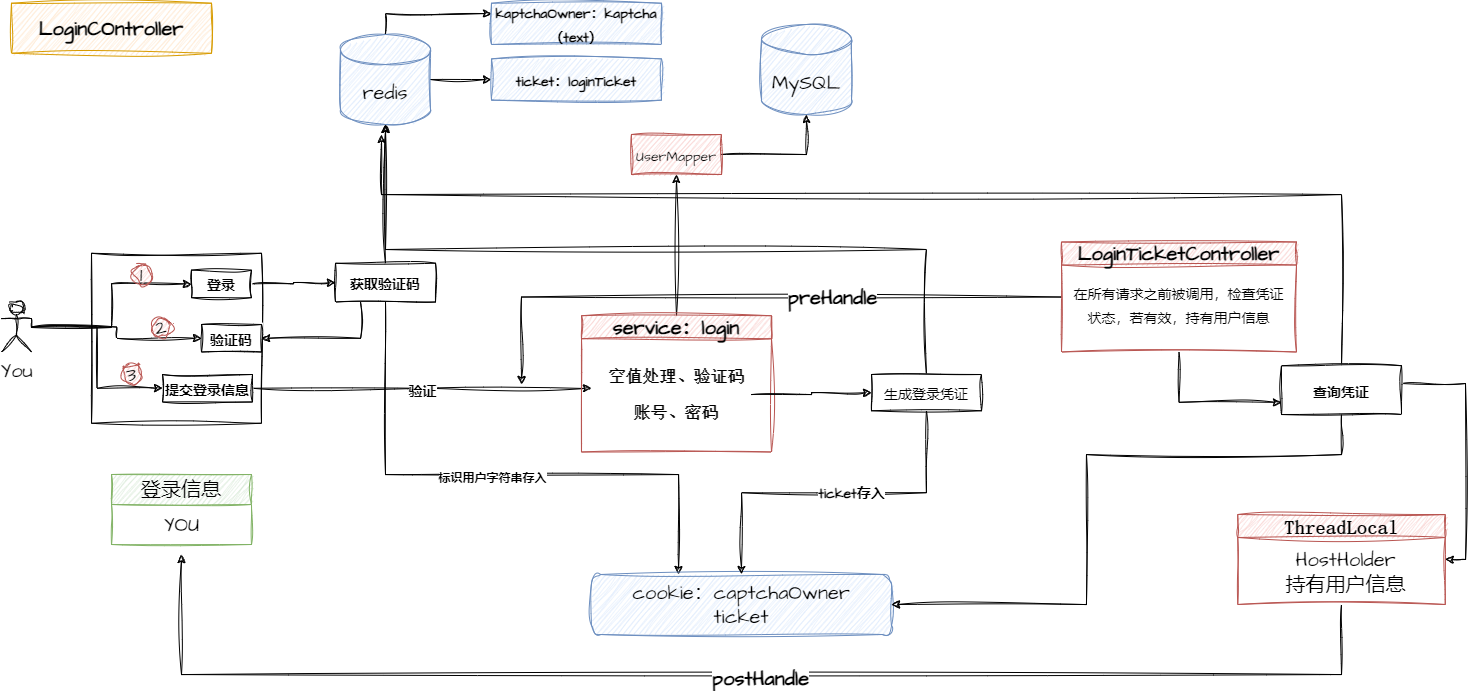
Above: campusExperience/登录登出功能.drawio.png in HealUP/Drawing (draw.io), before the change. Source tidied: cells renumbered, new cells last; positions are measured from the earlier drawing's top-left corner, leaving out a move shared by most shapes.
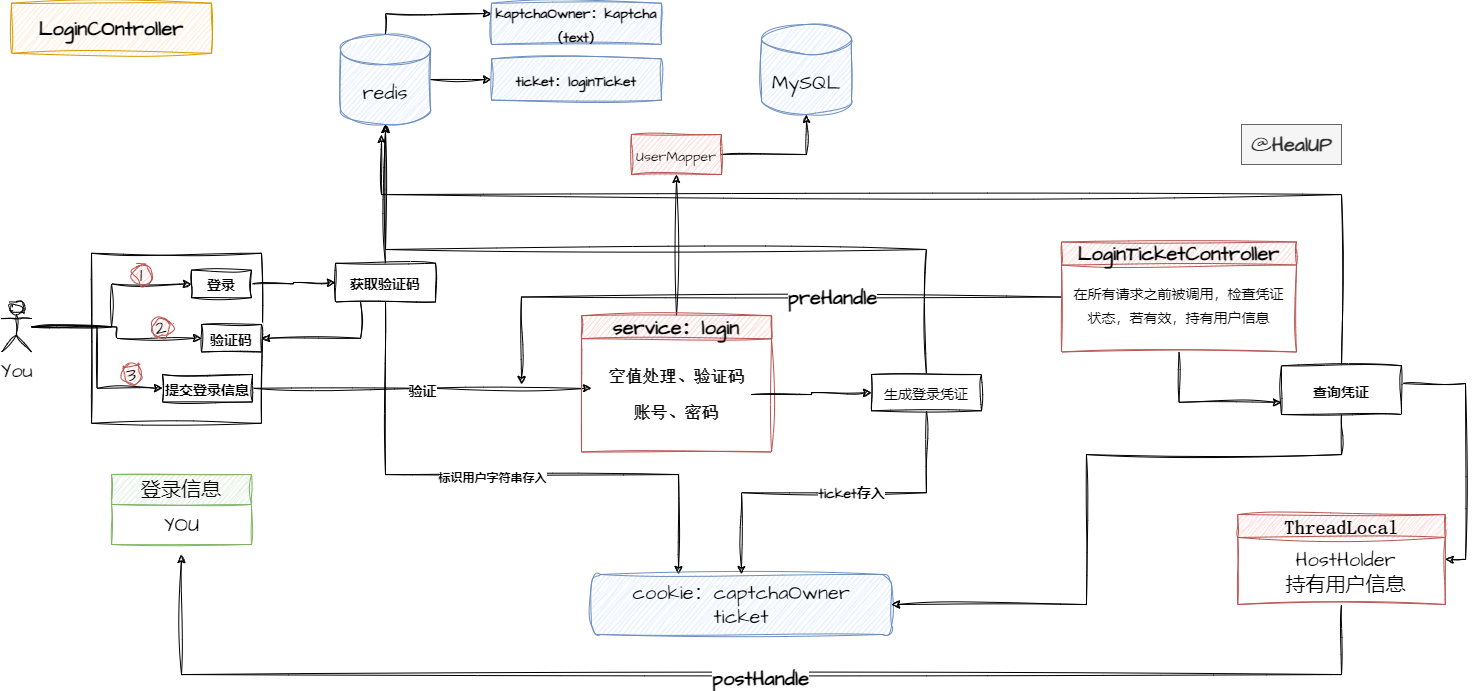
Above is the later version.

Commit message:
更新登录登出功能.drawio.png

The edit, as a diff of the source:
```diff
@@ -214,5 +214,8 @@
     <mxCell id="56" value="持有用户信息" style="text;html=1;align=center;verticalAlign=middle;strokeColor=none;fillColor=none;fontSize=20;fontFamily=Architects Daughter;" parent="54" vertex="1">
       <mxGeometry x="37.5" y="50" width="140" height="40" as="geometry" />
     </mxCell>
+    <mxCell id="57" value="@&lt;b&gt;HealUP&lt;/b&gt;" style="text;html=1;align=center;verticalAlign=middle;strokeColor=#666666;fillColor=#f5f5f5;fontSize=20;fontFamily=Architects Daughter;fontColor=#333333;" parent="1" vertex="1">
+      <mxGeometry x="1240" y="121" width="100" height="40" as="geometry" />
+    </mxCell>
   </root>
 </mxGraphModel>
```
